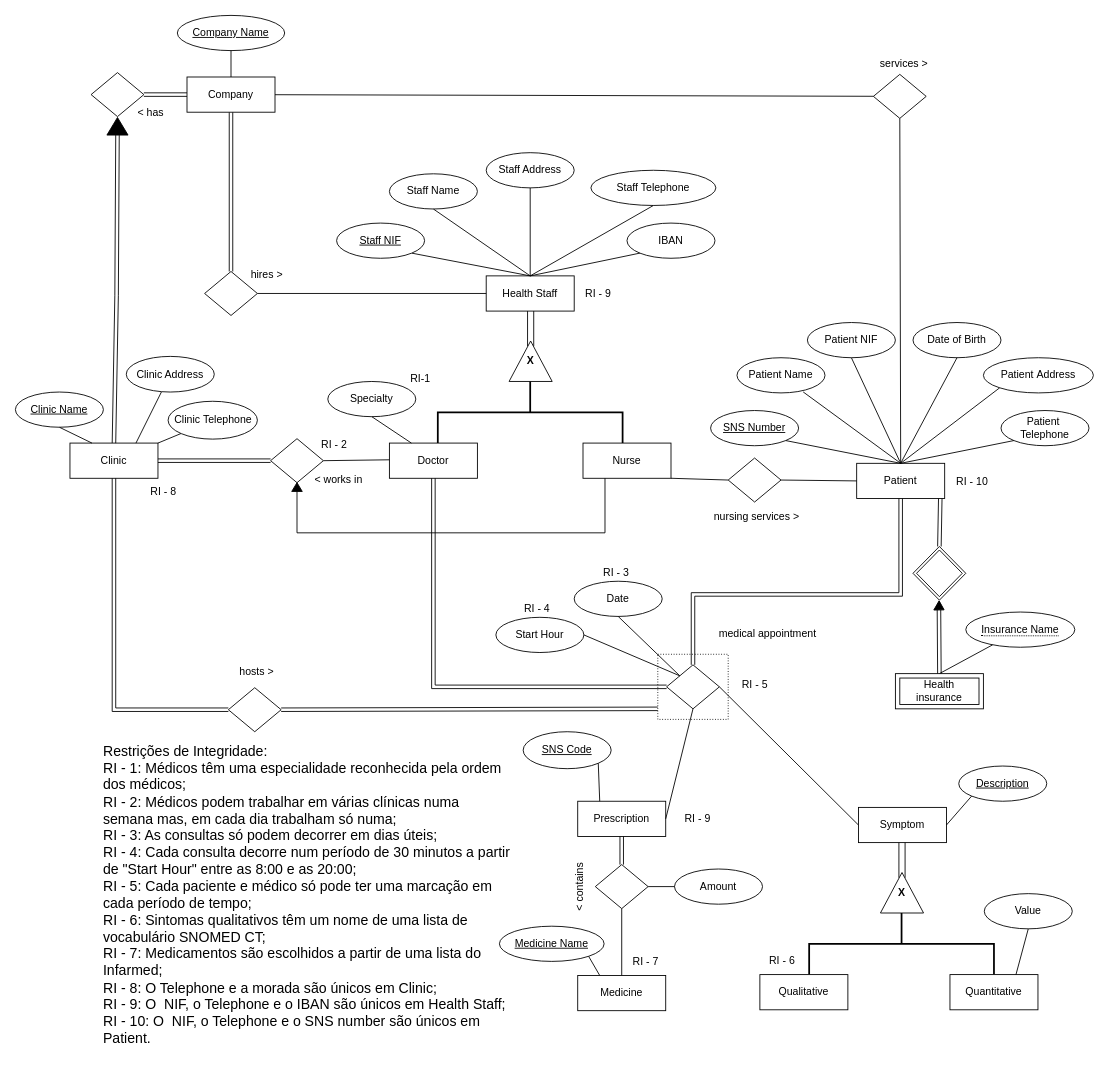
Before: Proj.drawio in mariana-marcal-santana/BD.Health-DB-Manager, a draw.io diagram. Source tidied: cells renumbered, new cells numbered last; positions are measured from the earlier drawing's top-left corner, leaving out a move shared by most shapes. Both pictures are drawn from the tidied source at 88%, with x=0, y=0 at pixel (15, 15).
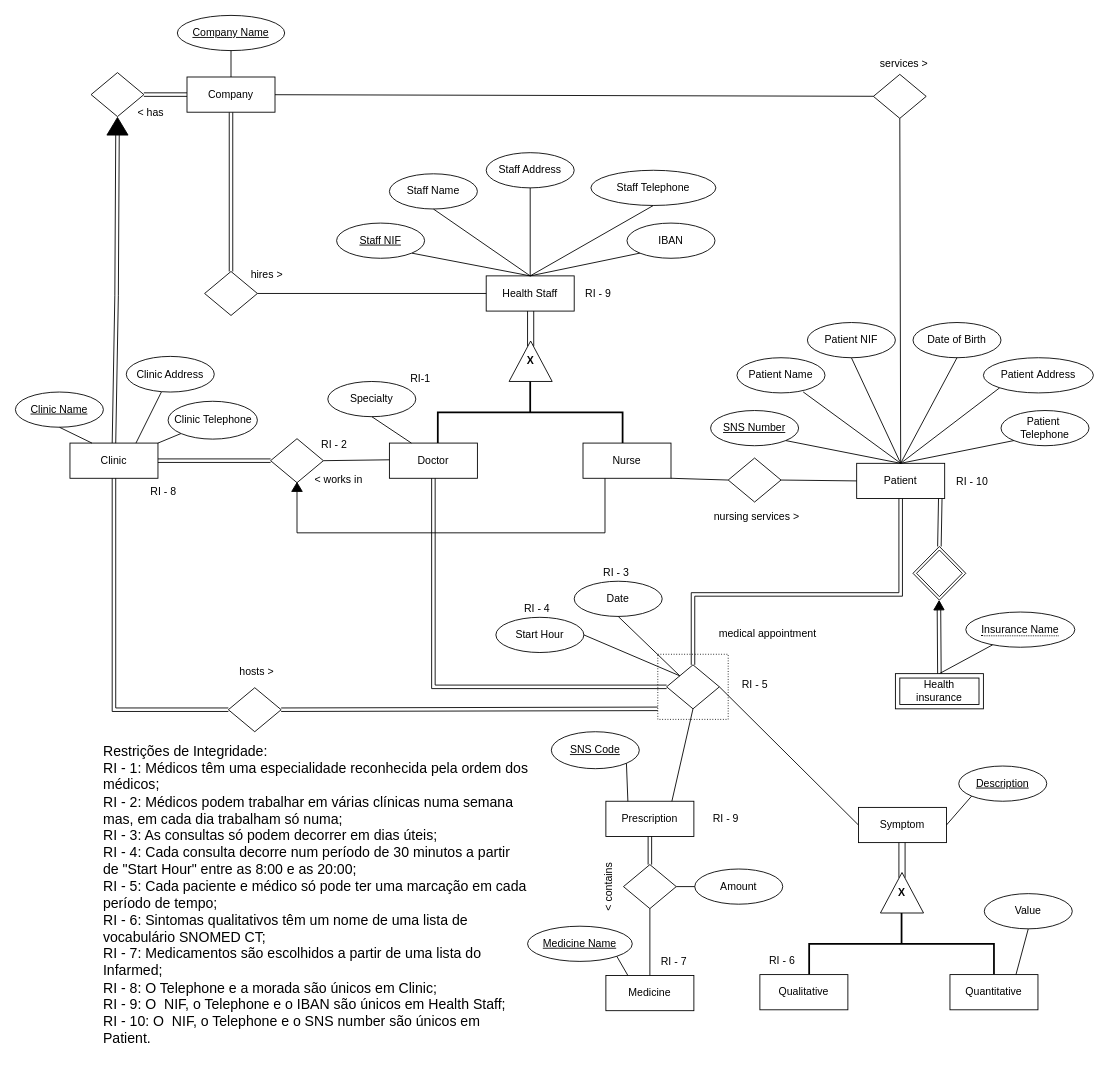
Above is the later version.

Unchanged cells that the change refers to:
```xml
<mxCell id="61" style="shape=rhombus;html=1;dashed=0;whiteSpace=wrap;perimeter=rhombusPerimeter;" parent="1" vertex="1">
  <mxGeometry x="740" y="738" width="60" height="50" as="geometry" />
</mxCell>
```

The edit, as a diff of the source:
```diff
@@
     <mxCell id="74" value="Prescription" style="whiteSpace=wrap;html=1;align=center;" parent="1" vertex="1">
-      <mxGeometry x="639" y="893" width="100" height="40" as="geometry" />
+      <mxGeometry x="671" y="893" width="100" height="40" as="geometry" />
     </mxCell>
-    <mxCell id="75" style="endArrow=none;html=1;rounded=0;exitX=1;exitY=0.5;exitDx=0;exitDy=0;entryX=0.5;entryY=1;entryDx=0;entryDy=0;" parent="1" edge="1" source="74" target="61">
+    <mxCell id="75" style="endArrow=none;html=1;rounded=0;exitX=0.75;exitY=0;exitDx=0;exitDy=0;entryX=0.5;entryY=1;entryDx=0;entryDy=0;" parent="1" edge="1" source="74" target="61">
       <mxGeometry relative="1" as="geometry" />
     </mxCell>
     <mxCell id="76" value="SNS Code" style="ellipse;whiteSpace=wrap;html=1;align=center;fontStyle=4;" parent="1" vertex="1">
-      <mxGeometry x="577" y="814" width="100" height="42" as="geometry" />
+      <mxGeometry x="609" y="814" width="100" height="42" as="geometry" />
     </mxCell>
@@
     <mxCell id="78" style="shape=rhombus;html=1;dashed=0;whiteSpace=wrap;perimeter=rhombusPerimeter;" parent="1" vertex="1">
-      <mxGeometry x="659" y="965" width="60" height="50" as="geometry" />
+      <mxGeometry x="691" y="965" width="60" height="50" as="geometry" />
     </mxCell>
@@
     <mxCell id="80" value="Medicine" style="whiteSpace=wrap;html=1;align=center;" parent="1" vertex="1">
-      <mxGeometry x="639" y="1091" width="100" height="40" as="geometry" />
+      <mxGeometry x="671" y="1091" width="100" height="40" as="geometry" />
     </mxCell>
     <mxCell id="81" value="&amp;nbsp;&amp;lt; contains" style="text;strokeColor=none;align=center;fillColor=none;html=1;verticalAlign=middle;whiteSpace=wrap;rounded=0;rotation=270;" parent="1" vertex="1">
-      <mxGeometry x="607" y="977" width="70" height="30" as="geometry" />
+      <mxGeometry x="639" y="977" width="70" height="30" as="geometry" />
     </mxCell>
     <mxCell id="82" value="Amount" style="ellipse;whiteSpace=wrap;html=1;align=center;" parent="1" vertex="1">
-      <mxGeometry x="749" y="970" width="100" height="40" as="geometry" />
+      <mxGeometry x="772" y="970" width="100" height="40" as="geometry" />
     </mxCell>
@@
     <mxCell id="102" value="&lt;div style=&quot;text-align: left; font-size: 16px;&quot;&gt;&lt;font style=&quot;font-size: 16px;&quot;&gt;&lt;br&gt;&lt;/font&gt;&lt;/div&gt;&lt;div style=&quot;text-align: left; font-size: 16px;&quot;&gt;&lt;span style=&quot;background-color: initial;&quot;&gt;&lt;font style=&quot;font-size: 16px;&quot;&gt;Restrições de Integridade:&lt;/font&gt;&lt;/span&gt;&lt;/div&gt;&lt;div style=&quot;font-size: 16px;&quot;&gt;&lt;div style=&quot;text-align: left;&quot;&gt;&lt;font style=&quot;font-size: 16px;&quot;&gt;&lt;span style=&quot;background-color: initial;&quot;&gt;RI - 1: Médicos têm uma especialidade&amp;nbsp;&lt;/span&gt;&lt;span style=&quot;background-color: initial;&quot;&gt;reconhecida pela ordem dos médicos;&lt;/span&gt;&lt;/font&gt;&lt;/div&gt;&lt;div style=&quot;text-align: left;&quot;&gt;&lt;span style=&quot;background-color: initial;&quot;&gt;&lt;font style=&quot;font-size: 16px;&quot;&gt;RI - 2: Médicos podem trabalhar em várias clínicas numa semana mas, em cada dia trabalham só numa;&lt;/font&gt;&lt;/span&gt;&lt;/div&gt;&lt;div style=&quot;text-align: left;&quot;&gt;&lt;span style=&quot;background-color: initial;&quot;&gt;&lt;font style=&quot;font-size: 16px;&quot;&gt;RI - 3: As consultas só podem decorrer em dias úteis;&lt;/font&gt;&lt;/span&gt;&lt;/div&gt;&lt;div&gt;&lt;div style=&quot;text-align: left;&quot;&gt;&lt;font style=&quot;font-size: 16px;&quot;&gt;RI - 4: Cada consulta decorre num período de 30 minutos a partir de &quot;Start Hour&quot;&amp;nbsp;&lt;span style=&quot;background-color: initial;&quot;&gt;entre as 8:00 e as 20:00;&lt;/span&gt;&lt;/font&gt;&lt;/div&gt;&lt;div style=&quot;text-align: left;&quot;&gt;&lt;font style=&quot;font-size: 16px;&quot;&gt;RI - 5: Cada paciente e médico só pode ter uma marcação em cada período de tempo;&lt;/font&gt;&lt;/div&gt;&lt;div style=&quot;text-align: left;&quot;&gt;&lt;font style=&quot;font-size: 16px;&quot;&gt;RI - 6:&amp;nbsp;&lt;span style=&quot;background-color: initial;&quot;&gt;Sintomas&amp;nbsp;qualitativos têm um nome de&amp;nbsp;&lt;/span&gt;&lt;span style=&quot;background-color: initial;&quot;&gt;uma lista de vocabulário SNOMED CT;&lt;/span&gt;&lt;/font&gt;&lt;/div&gt;&lt;/div&gt;&lt;/div&gt;&lt;div style=&quot;text-align: left; font-size: 16px;&quot;&gt;&lt;font style=&quot;font-size: 16px;&quot;&gt;&lt;span style=&quot;background-color: initial;&quot;&gt;RI - 7: M&lt;/span&gt;&lt;span style=&quot;background-color: initial; text-align: center;&quot;&gt;edicamentos são escolhidos a partir de uma lista do Infarmed;&lt;/span&gt;&lt;/font&gt;&lt;/div&gt;&lt;div style=&quot;text-align: left; font-size: 16px;&quot;&gt;&lt;span style=&quot;background-color: initial;&quot;&gt;&lt;font style=&quot;font-size: 16px;&quot;&gt;RI - 8: O Telephone e a morada são únicos em Clinic;&lt;/font&gt;&lt;/span&gt;&lt;/div&gt;&lt;div style=&quot;text-align: left; font-size: 16px;&quot;&gt;&lt;span style=&quot;background-color: initial;&quot;&gt;&lt;font style=&quot;font-size: 16px;&quot;&gt;RI - 9: O&amp;nbsp; NIF, o Telephone e o IBAN são únicos em Health Staff;&lt;/font&gt;&lt;/span&gt;&lt;/div&gt;&lt;div style=&quot;text-align: left; font-size: 16px;&quot;&gt;&lt;div style=&quot;text-align: left;&quot;&gt;&lt;span style=&quot;background-color: initial;&quot;&gt;&lt;font style=&quot;font-size: 16px;&quot;&gt;RI - 10: O&amp;nbsp; NIF, o Telephone e o SNS number são únicos em Patient.&lt;/font&gt;&lt;/span&gt;&lt;/div&gt;&lt;/div&gt;&lt;div style=&quot;text-align: left;&quot;&gt;&lt;span style=&quot;background-color: initial;&quot;&gt;&lt;br&gt;&lt;/span&gt;&lt;/div&gt;&lt;div style=&quot;text-align: left;&quot;&gt;&lt;span style=&quot;background-color: initial;&quot;&gt;&lt;br&gt;&lt;/span&gt;&lt;/div&gt;" style="text;strokeColor=none;align=center;fillColor=none;html=1;verticalAlign=middle;whiteSpace=wrap;rounded=0;" parent="1" vertex="1">
-      <mxGeometry x="99" y="831" width="466" height="345" as="geometry" />
+      <mxGeometry x="99" y="831" width="486" height="345" as="geometry" />
     </mxCell>
     <mxCell id="103" value="Medicine Name" style="ellipse;whiteSpace=wrap;html=1;align=center;fontStyle=4;" parent="1" vertex="1">
-      <mxGeometry x="550" y="1035" width="119" height="40" as="geometry" />
+      <mxGeometry x="582" y="1035" width="119" height="40" as="geometry" />
     </mxCell>
@@
     <mxCell id="128" value="RI - 7" style="text;html=1;align=center;verticalAlign=middle;strokeColor=none;fillColor=none;" parent="1" vertex="1">
-      <mxGeometry x="692" y="1063" width="47" height="26" as="geometry" />
+      <mxGeometry x="724" y="1063" width="47" height="26" as="geometry" />
     </mxCell>
     <mxCell id="129" value="RI - 9" style="text;html=1;align=center;verticalAlign=middle;strokeColor=none;fillColor=none;" parent="1" vertex="1">
-      <mxGeometry x="750" y="898" width="50" height="30" as="geometry" />
+      <mxGeometry x="782" y="898" width="50" height="30" as="geometry" />
     </mxCell>
```
